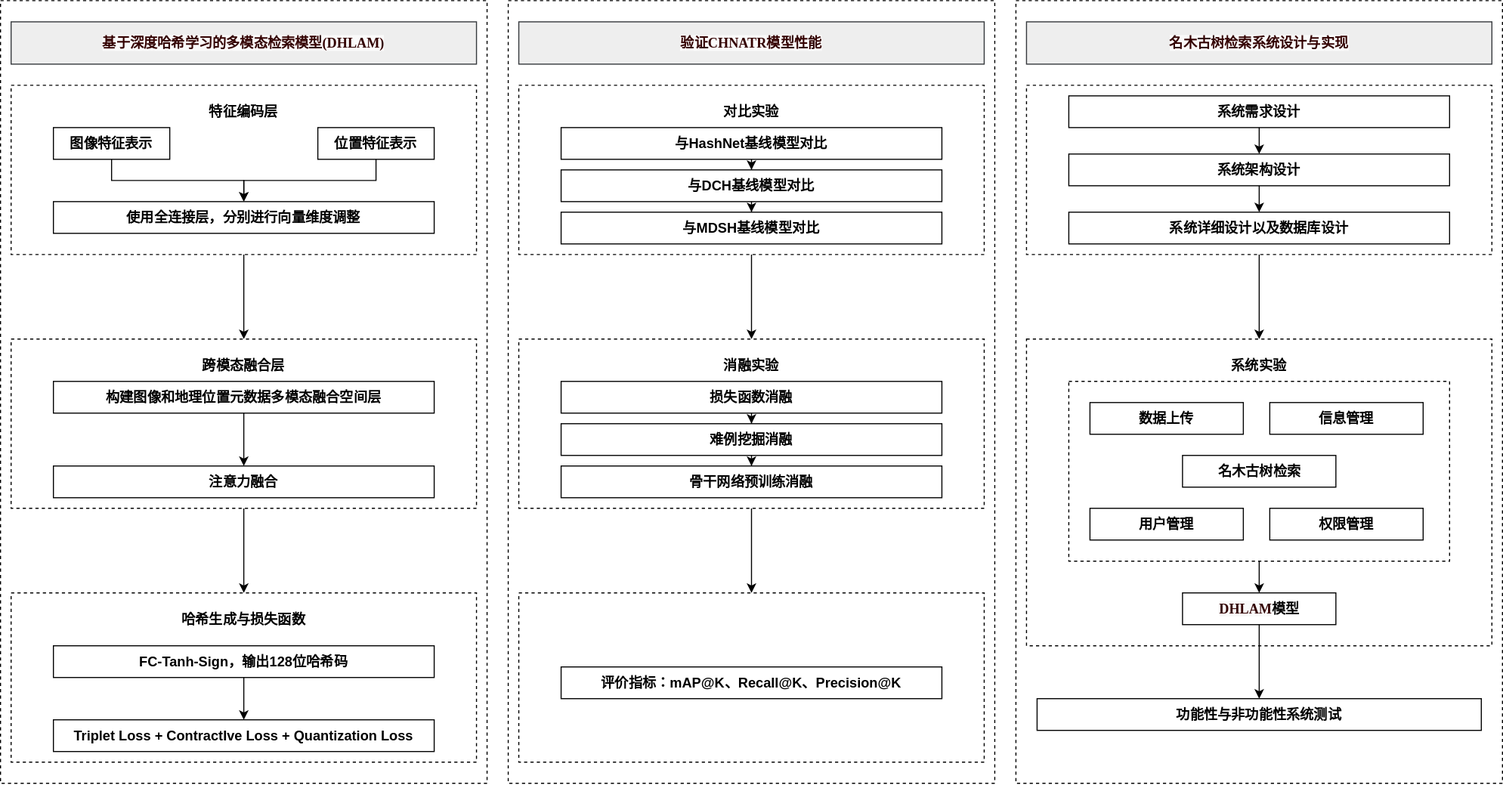
The draw.io diagram word/第1章/第一章.drawio.svg in ssl1995/imooc-wiki, before a commit. Source tidied: cells renumbered, new cells last; positions are measured from the earlier drawing's top-left corner, leaving out a move shared by most shapes.
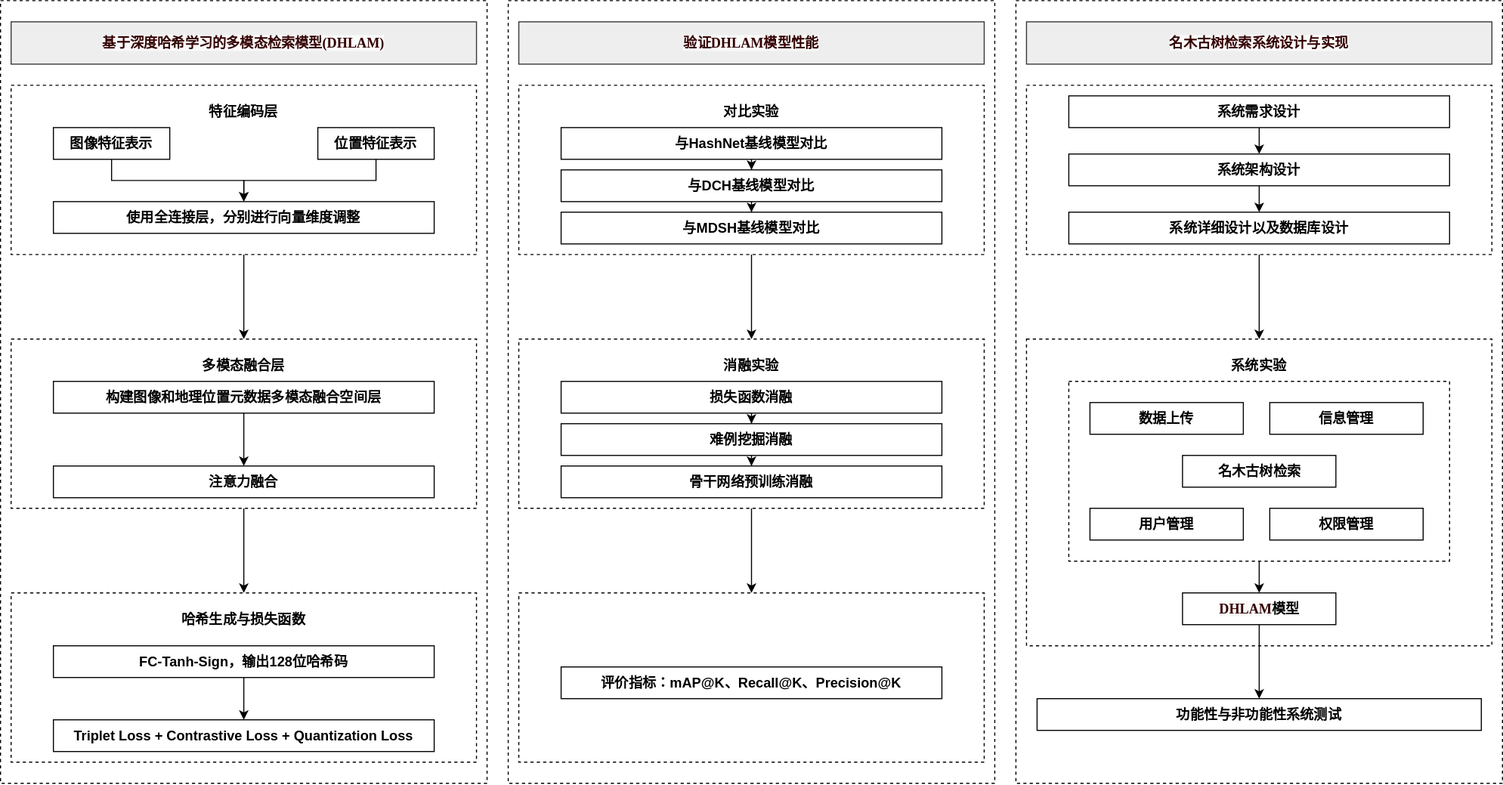
After the commit.

Diff of the diagram source:
```diff
@@ -55,7 +55,7 @@
     <mxCell id="18" style="rounded=0;whiteSpace=wrap;html=1;dashed=1;fontSize=13;fontStyle=1;" parent="1" vertex="1">
       <mxGeometry x="10" y="320" width="440" height="160" as="geometry" />
     </mxCell>
-    <mxCell id="19" value="跨模态融合层" style="rounded=0;whiteSpace=wrap;html=1;fillColor=none;strokeColor=none;fontSize=13;fontStyle=1;" parent="1" vertex="1">
+    <mxCell id="19" value="多模态融合层" style="rounded=0;whiteSpace=wrap;html=1;fillColor=none;strokeColor=none;fontSize=13;fontStyle=1;" parent="1" vertex="1">
       <mxGeometry x="170" y="330" width="120" height="30" as="geometry" />
     </mxCell>
     <mxCell id="20" style="edgeStyle=orthogonalEdgeStyle;rounded=0;jettySize=auto;html=1;fontSize=13;fontStyle=1;" parent="1" edge="1" source="21" target="22">
@@ -79,10 +79,10 @@
     <mxCell id="26" value="FC-Tanh-Sign，输出128位哈希码" style="rounded=0;whiteSpace=wrap;html=1;fontSize=13;fontStyle=1;" parent="1" vertex="1">
       <mxGeometry x="50" y="610" width="360" height="30" as="geometry" />
     </mxCell>
-    <mxCell id="27" value="Triplet Loss + ContractIve Loss + Quantization Loss" style="rounded=0;whiteSpace=wrap;html=1;fontSize=13;fontStyle=1;" parent="1" vertex="1">
+    <mxCell id="27" value="Triplet Loss + Contrastive Loss + Quantization Loss" style="rounded=0;whiteSpace=wrap;html=1;fontSize=13;fontStyle=1;" parent="1" vertex="1">
       <mxGeometry x="50" y="680" width="360" height="30" as="geometry" />
     </mxCell>
-    <mxCell id="28" value="&lt;div style=&quot;text-align: left;&quot;&gt;&lt;font color=&quot;#330000&quot; face=&quot;微软雅黑&quot;&gt;&lt;span style=&quot;caret-color: rgb(231, 79, 76); background-color: rgb(250, 250, 250);&quot;&gt;&lt;span&gt;验证&lt;/span&gt;CHNATR&lt;span&gt;模型性能&lt;/span&gt;&lt;/span&gt;&lt;/font&gt;&lt;/div&gt;" style="rounded=0;whiteSpace=wrap;html=1;fillColor=#eeeeee;strokeColor=#36393d;fontStyle=1;fontSize=13;" parent="1" vertex="1">
+    <mxCell id="28" value="&lt;div style=&quot;text-align: left;&quot;&gt;&lt;font color=&quot;#330000&quot; face=&quot;微软雅黑&quot;&gt;&lt;span style=&quot;caret-color: rgb(231, 79, 76); background-color: rgb(250, 250, 250);&quot;&gt;&lt;span&gt;验证&lt;/span&gt;DHLAM&lt;span&gt;模型性能&lt;/span&gt;&lt;/span&gt;&lt;/font&gt;&lt;/div&gt;" style="rounded=0;whiteSpace=wrap;html=1;fillColor=#eeeeee;strokeColor=#36393d;fontStyle=1;fontSize=13;" parent="1" vertex="1">
       <mxGeometry x="490" y="20" width="440" height="40" as="geometry" />
     </mxCell>
     <mxCell id="29" style="edgeStyle=orthogonalEdgeStyle;rounded=0;jettySize=auto;html=1;entryX=0.5;entryY=0;entryDx=0;entryDy=0;" parent="1" edge="1" source="30" target="36">
```
